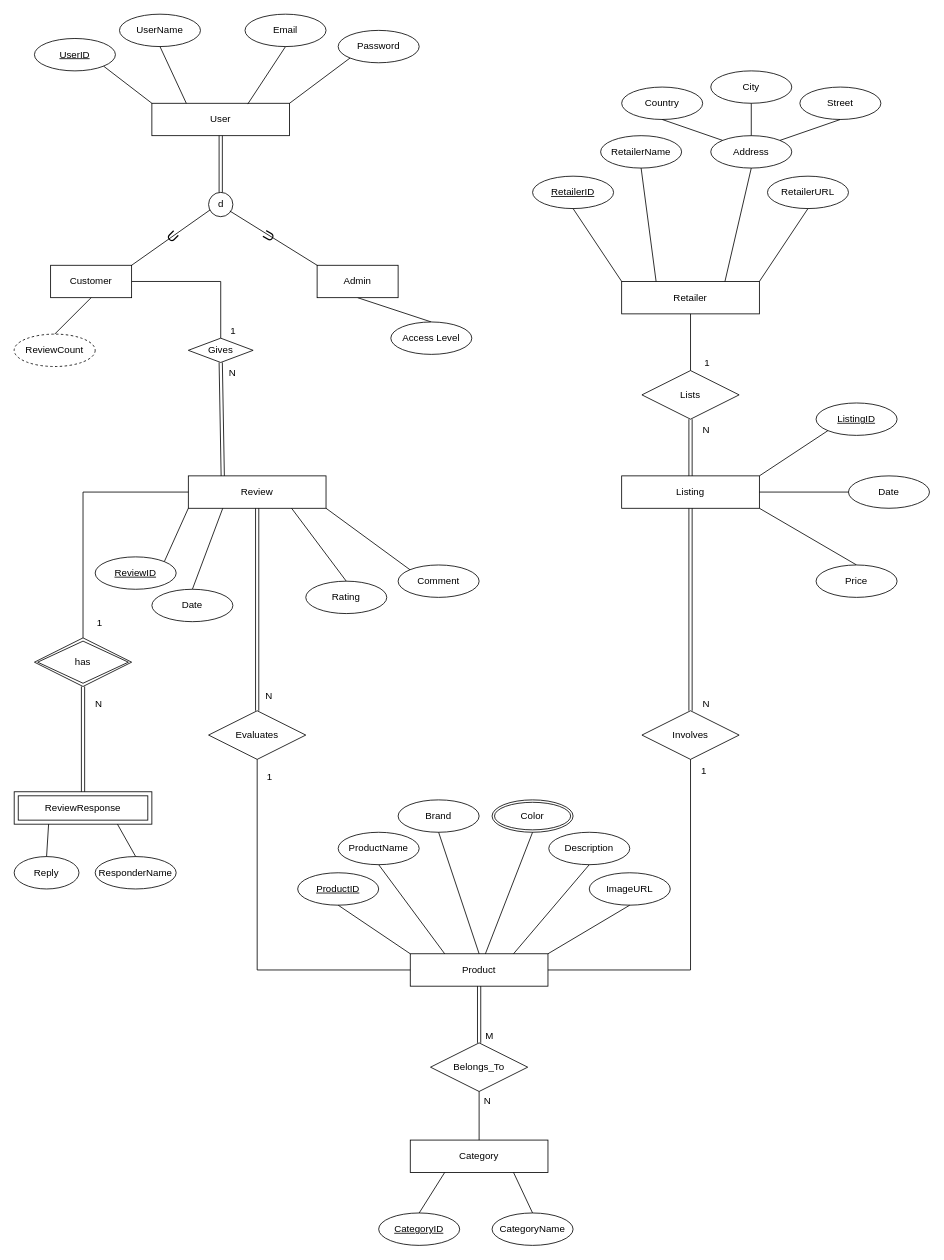
This is CompareIt_Database.drawio from HamdaanMirza/Procrastinators, a draw.io file, before an edit. Source tidied: cells renumbered, new cells numbered last; positions are measured from the earlier drawing's top-left corner, leaving out a move shared by most shapes. Both pictures are drawn from the tidied source at 81%, with x=0, y=0 at pixel (14, 14).
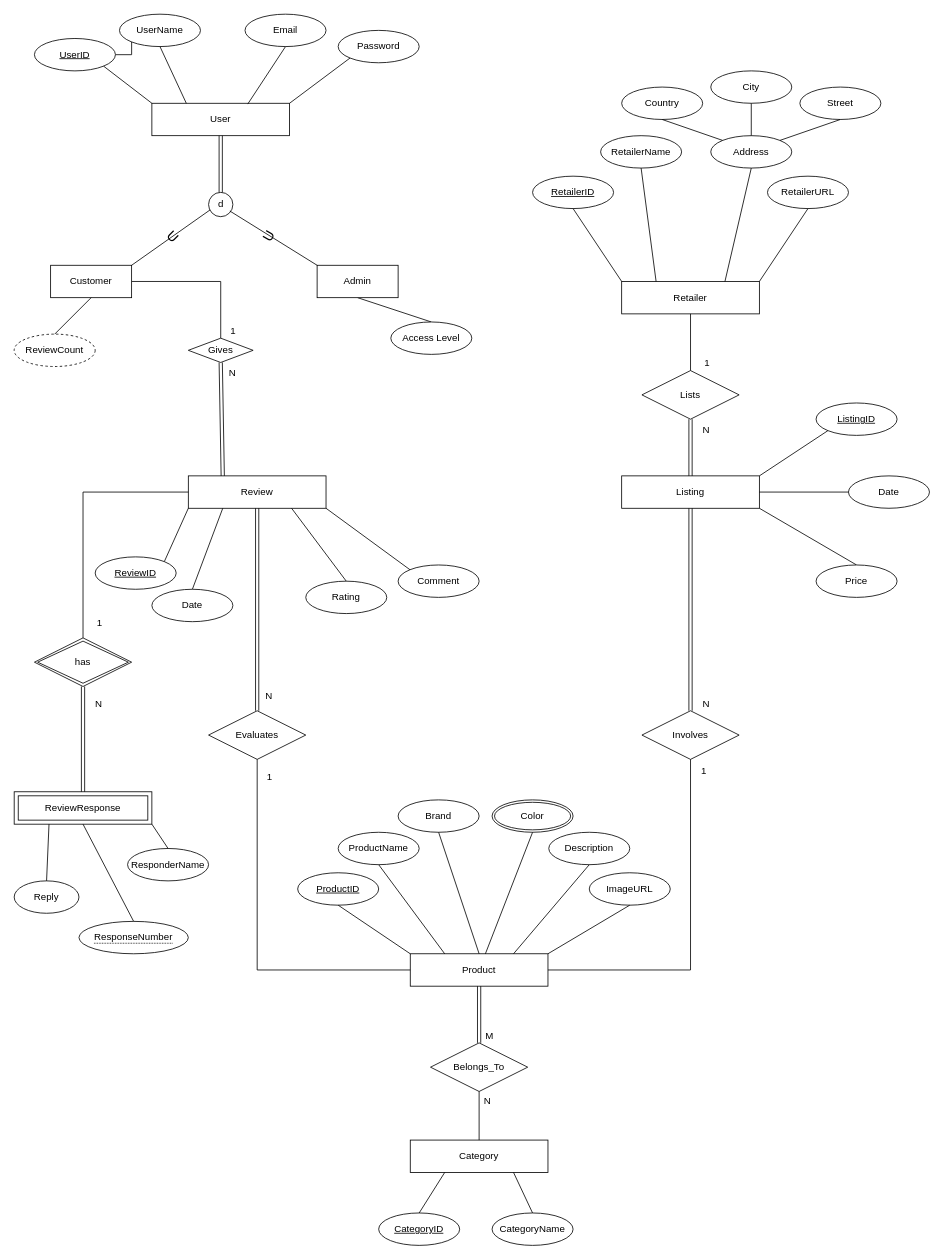
The same page after the edit.

Commit message:
Added weak key attribute "ResponseNumber" to help identifying responses

Unchanged cells that the change refers to:
```xml
<mxCell id="3" value="UserID" style="ellipse;whiteSpace=wrap;html=1;align=center;fontStyle=4;" parent="1" vertex="1">
  <mxGeometry x="25" y="30" width="100" height="40" as="geometry" />
</mxCell>
<mxCell id="5" value="UserName" style="ellipse;whiteSpace=wrap;html=1;align=center;" parent="1" vertex="1">
  <mxGeometry x="130" width="100" height="40" as="geometry" />
</mxCell>
<mxCell id="87" value="ReviewResponse" style="shape=ext;margin=3;double=1;whiteSpace=wrap;html=1;align=center;" parent="1" vertex="1">
  <mxGeometry y="960" width="170" height="40" as="geometry" />
</mxCell>
```

What changed in the source:
```diff
@@
+    <mxCell id="108" style="edgeStyle=orthogonalEdgeStyle;rounded=0;jettySize=auto;html=1;" parent="1" edge="1" source="3" target="5">
+      <mxGeometry relative="1" as="geometry" />
+    </mxCell>
@@
     <mxCell id="88" value="Reply" style="ellipse;whiteSpace=wrap;html=1;align=center;" parent="1" vertex="1">
-      <mxGeometry y="1040" width="80" height="40" as="geometry" />
+      <mxGeometry y="1070" width="80" height="40" as="geometry" />
     </mxCell>
     <mxCell id="89" value="ResponderName" style="ellipse;whiteSpace=wrap;html=1;align=center;" parent="1" vertex="1">
-      <mxGeometry x="100" y="1040" width="100" height="40" as="geometry" />
+      <mxGeometry x="140" y="1030" width="100" height="40" as="geometry" />
     </mxCell>
@@
-    <mxCell id="95" style="endArrow=none;html=1;rounded=0;exitX=0.25;exitY=1;exitDx=0;exitDy=0;entryX=0.5;entryY=0;entryDx=0;entryDy=0;" parent="1" edge="1" source="87" target="88">
-      <mxGeometry relative="1" as="geometry" />
+    <mxCell id="95" style="endArrow=none;html=1;rounded=0;entryX=0.5;entryY=0;entryDx=0;entryDy=0;" parent="1" edge="1" target="88">
+      <mxGeometry relative="1" as="geometry">
+        <mxPoint x="43" y="1000" as="sourcePoint" />
+      </mxGeometry>
     </mxCell>
-    <mxCell id="96" style="endArrow=none;html=1;rounded=0;exitX=0.75;exitY=1;exitDx=0;exitDy=0;entryX=0.5;entryY=0;entryDx=0;entryDy=0;" parent="1" edge="1" source="87" target="89">
+    <mxCell id="96" style="endArrow=none;html=1;rounded=0;exitX=1;exitY=1;exitDx=0;exitDy=0;entryX=0.5;entryY=0;entryDx=0;entryDy=0;" parent="1" edge="1" source="87" target="89">
       <mxGeometry relative="1" as="geometry" />
     </mxCell>
@@
+    <mxCell id="109" value="&lt;span style=&quot;border-bottom: 1px dotted&quot;&gt;ResponseNumber&lt;/span&gt;" style="ellipse;whiteSpace=wrap;html=1;align=center;" parent="1" vertex="1">
+      <mxGeometry x="80" y="1120" width="135" height="40" as="geometry" />
+    </mxCell>
+    <mxCell id="110" style="endArrow=none;html=1;rounded=0;exitX=0.5;exitY=1;exitDx=0;exitDy=0;entryX=0.5;entryY=0;entryDx=0;entryDy=0;" parent="1" edge="1" source="87" target="109">
+      <mxGeometry relative="1" as="geometry" />
+    </mxCell>
```
